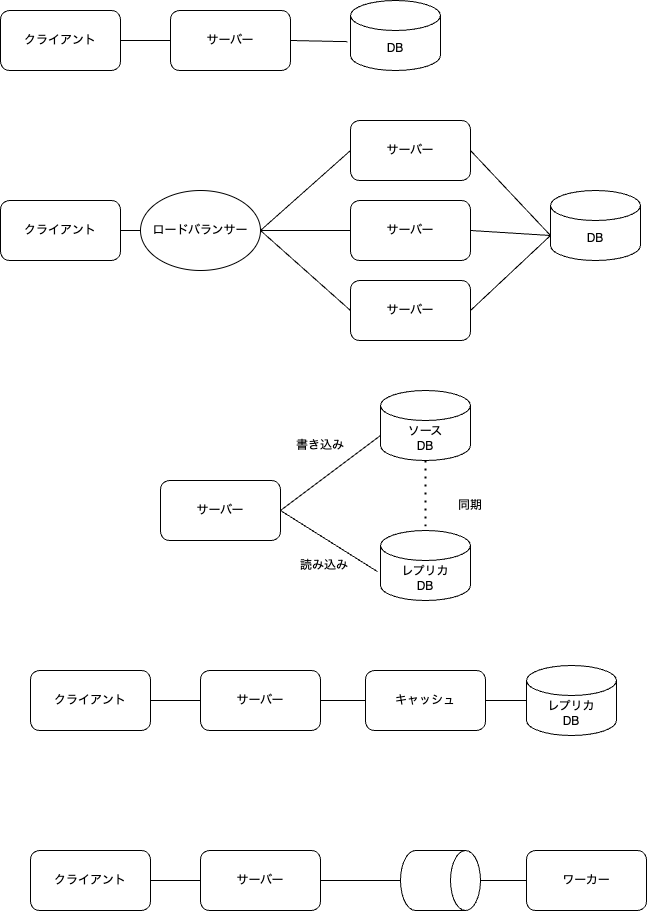
tsukasaI/qiita_drafts keeps this draw.io diagram as diagram/scale_system.drawio.png. Above is the earlier version. Source tidied: cells renumbered, new cells last; positions are measured from the earlier drawing's top-left corner, leaving out a move shared by most shapes.
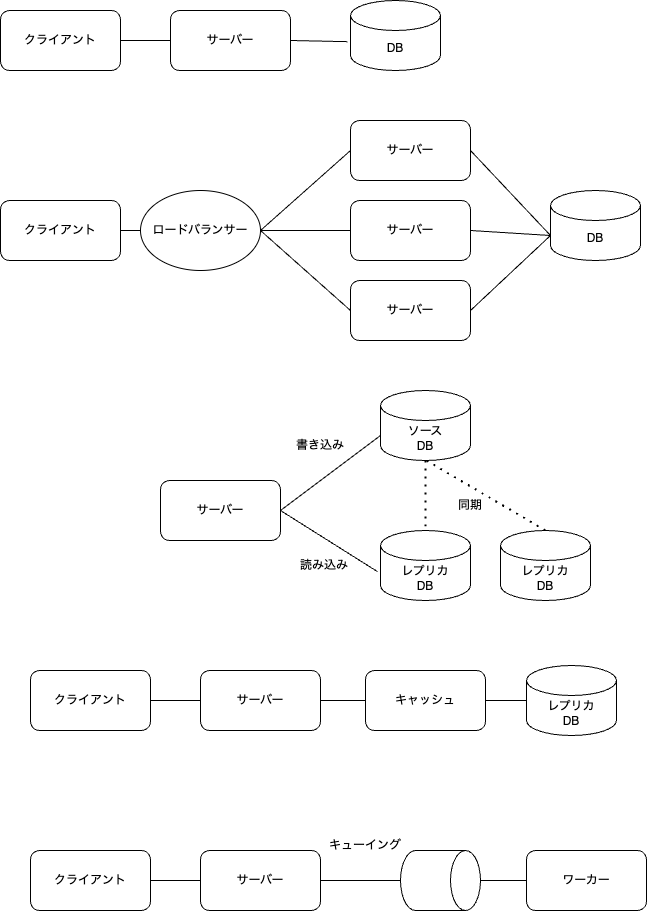
After the commit.

Diff of the diagram source:
```diff
@@ -129,5 +129,16 @@
     <mxCell id="42" value="ワーカー" style="rounded=1;whiteSpace=wrap;html=1;" parent="1" vertex="1">
       <mxGeometry x="526" y="850" width="120" height="60" as="geometry" />
     </mxCell>
+    <mxCell id="43" value="キューイング" style="text;html=1;strokeColor=none;fillColor=none;align=center;verticalAlign=middle;whiteSpace=wrap;rounded=0;" parent="1" vertex="1">
+      <mxGeometry x="320" y="830" width="90" height="30" as="geometry" />
+    </mxCell>
+    <mxCell id="44" value="レプリカ&lt;br&gt;DB" style="shape=cylinder3;whiteSpace=wrap;html=1;boundedLbl=1;backgroundOutline=1;size=15;" parent="1" vertex="1">
+      <mxGeometry x="500" y="530" width="90" height="70" as="geometry" />
+    </mxCell>
+    <mxCell id="45" style="endArrow=none;dashed=1;html=1;dashPattern=1 3;strokeWidth=2;entryX=0.5;entryY=0;entryDx=0;entryDy=0;entryPerimeter=0;" parent="1" edge="1" target="44">
+      <mxGeometry relative="1" as="geometry">
+        <mxPoint x="426" y="460" as="sourcePoint" />
+      </mxGeometry>
+    </mxCell>
   </root>
 </mxGraphModel>
```
